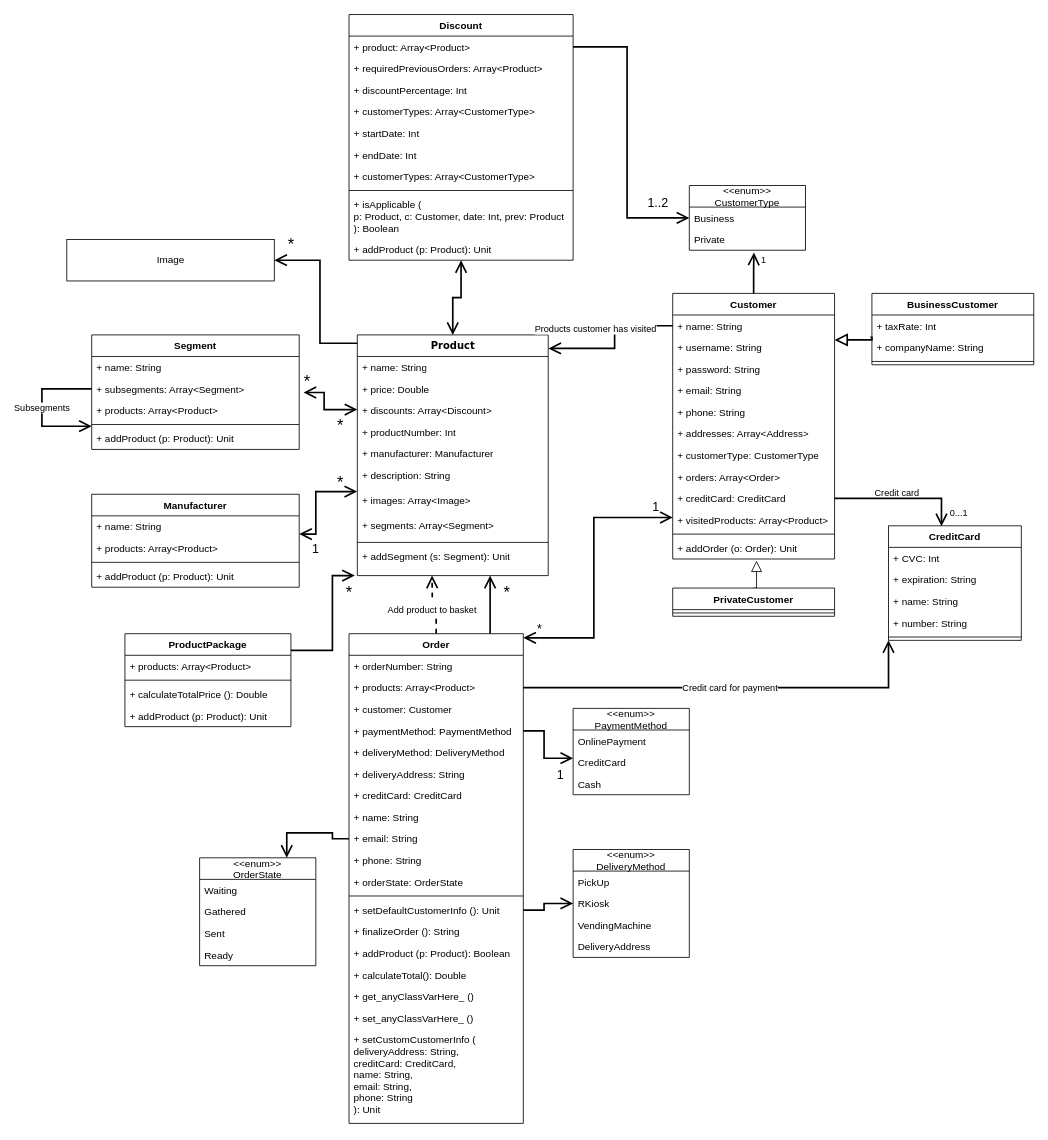
The draw.io diagram UMLFinal.drawio in olliglorioso/datasets, before the edit. Source tidied: cells renumbered, new cells numbered last; positions are measured from the earlier drawing's top-left corner, leaving out a move shared by most shapes. Both pictures are drawn from the tidied source at 83%, with x=0, y=0 at pixel (42, 14).
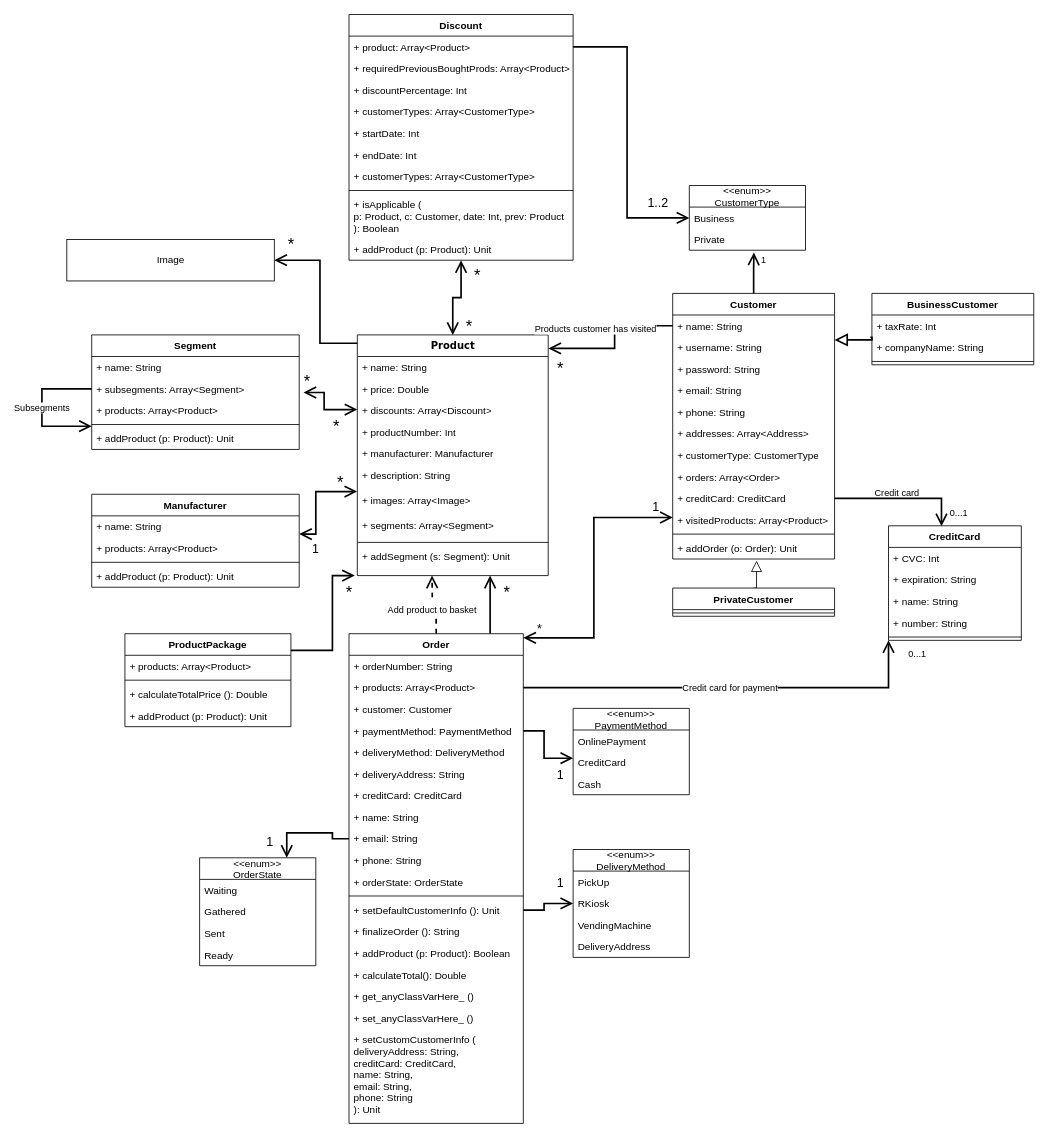
The same page after the edit.

The change refers to these unchanged cells:
```xml
<mxCell id="79" value="Discount" style="swimlane;fontStyle=1;align=center;verticalAlign=top;horizontal=1;startSize=26;" parent="1" vertex="1">
  <mxGeometry x="370" width="270" height="296" as="geometry" />
</mxCell>
```

Diff of the diagram source:
```diff
@@
-    <mxCell id="81" value="+ requiredPreviousOrders: Array&lt;Product&gt;" style="text;strokeColor=none;fillColor=none;align=left;verticalAlign=top;spacingLeft=4;spacingRight=4;overflow=hidden;" parent="79" vertex="1">
+    <mxCell id="81" value="+ requiredPreviousBoughtProds: Array&lt;Product&gt;" style="text;strokeColor=none;fillColor=none;align=left;verticalAlign=top;spacingLeft=4;spacingRight=4;overflow=hidden;" parent="79" vertex="1">
       <mxGeometry y="52" width="270" height="26" as="geometry" />
     </mxCell>
@@
     <mxCell id="123" value="*" style="text;strokeColor=none;align=center;fillColor=none;html=1;verticalAlign=middle;whiteSpace=wrap;rounded=0;fontSize=20;" parent="1" vertex="1">
-      <mxGeometry x="330" y="479" width="60" height="30" as="geometry" />
+      <mxGeometry x="340" y="487.5" width="30" height="17" as="geometry" />
     </mxCell>
@@
+    <mxCell id="132" value="1" style="text;strokeColor=none;align=center;fillColor=none;html=1;verticalAlign=middle;whiteSpace=wrap;rounded=0;fontSize=15;" parent="1" vertex="1">
+      <mxGeometry x="610" y="1036" width="30" height="20" as="geometry" />
+    </mxCell>
+    <mxCell id="133" value="1" style="text;strokeColor=none;align=center;fillColor=none;html=1;verticalAlign=middle;whiteSpace=wrap;rounded=0;fontSize=15;" parent="1" vertex="1">
+      <mxGeometry x="260" y="986" width="30" height="20" as="geometry" />
+    </mxCell>
+    <mxCell id="134" value="*" style="text;strokeColor=none;align=center;fillColor=none;html=1;verticalAlign=middle;whiteSpace=wrap;rounded=0;fontSize=20;" parent="1" vertex="1">
+      <mxGeometry x="500" y="366" width="30" height="17" as="geometry" />
+    </mxCell>
+    <mxCell id="135" value="*" style="text;strokeColor=none;align=center;fillColor=none;html=1;verticalAlign=middle;whiteSpace=wrap;rounded=0;fontSize=20;" parent="1" vertex="1">
+      <mxGeometry x="510" y="304" width="30" height="17" as="geometry" />
+    </mxCell>
+    <mxCell id="136" value="*" style="text;strokeColor=none;align=center;fillColor=none;html=1;verticalAlign=middle;whiteSpace=wrap;rounded=0;fontSize=20;" parent="1" vertex="1">
+      <mxGeometry x="610" y="416" width="30" height="17" as="geometry" />
+    </mxCell>
+    <mxCell id="137" value="0...1" style="text;strokeColor=none;align=center;fillColor=none;html=1;verticalAlign=middle;whiteSpace=wrap;rounded=0;fontSize=11;" parent="1" vertex="1">
+      <mxGeometry x="1030" y="755" width="50" height="30" as="geometry" />
+    </mxCell>
```
